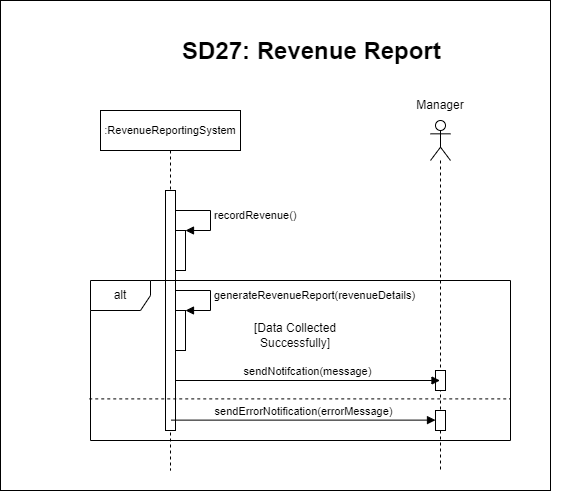
Above: Diagramms/Sequence Diagrams/SequenceDiagram27.png in Smr002/Group01_Airport_Management_System (draw.io), before the change. Source tidied: cells renumbered, new cells last; positions are measured from the earlier drawing's top-left corner, leaving out a move shared by most shapes.
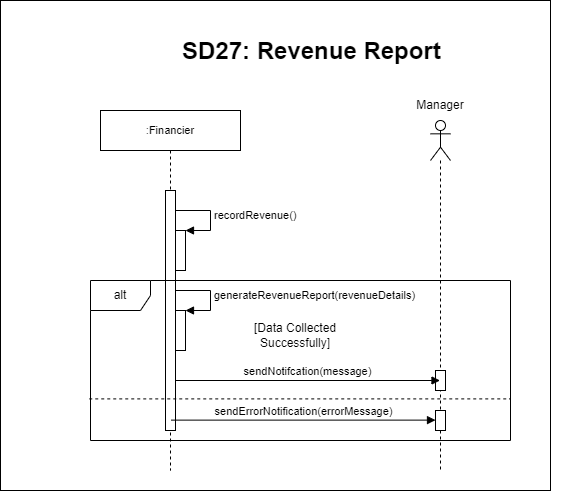
The same diagram one commit later.

What changed in the source:
```diff
@@ -8,7 +8,7 @@
     <mxCell id="3" value="&lt;h1 style=&quot;margin-top: 0px;&quot;&gt;SD27: Revenue Report&lt;/h1&gt;" style="text;html=1;whiteSpace=wrap;overflow=hidden;rounded=0;" parent="1" vertex="1">
       <mxGeometry x="180" y="30" width="390" height="50" as="geometry" />
     </mxCell>
-    <mxCell id="4" value="&lt;font style=&quot;font-size: 11px;&quot;&gt;:RevenueReportingSystem&lt;/font&gt;" style="shape=umlLifeline;perimeter=lifelinePerimeter;whiteSpace=wrap;html=1;newEdgeStyle={&quot;edgeStyle&quot;:&quot;elbowEdgeStyle&quot;,&quot;elbow&quot;:&quot;vertical&quot;,&quot;curved&quot;:0,&quot;rounded&quot;:0};" parent="1" vertex="1">
+    <mxCell id="4" value="&lt;font style=&quot;font-size: 11px;&quot;&gt;:Financier&lt;/font&gt;" style="shape=umlLifeline;perimeter=lifelinePerimeter;whiteSpace=wrap;html=1;newEdgeStyle={&quot;edgeStyle&quot;:&quot;elbowEdgeStyle&quot;,&quot;elbow&quot;:&quot;vertical&quot;,&quot;curved&quot;:0,&quot;rounded&quot;:0};" parent="1" vertex="1">
       <mxGeometry x="100" y="110" width="140" height="360" as="geometry" />
     </mxCell>
     <mxCell id="5" style="html=1;perimeter=orthogonalPerimeter;targetShapes=umlLifeline;newEdgeStyle={&quot;edgeStyle&quot;:&quot;elbowEdgeStyle&quot;,&quot;elbow&quot;:&quot;vertical&quot;,&quot;curved&quot;:0,&quot;rounded&quot;:0};" parent="4" vertex="1">
```
